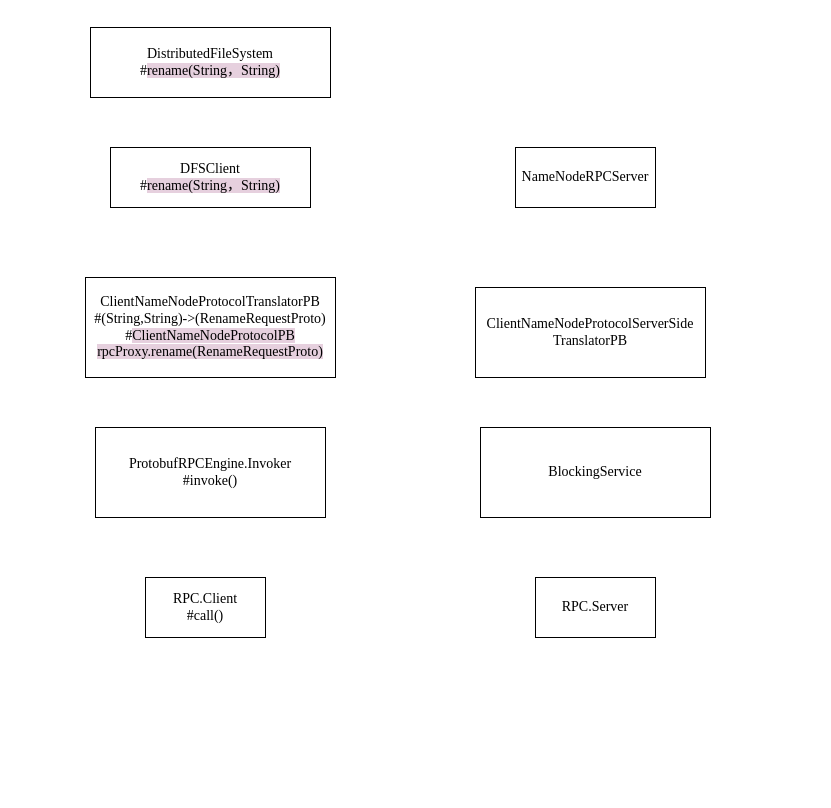
Above: 未命名绘图.drawio in wmsj2000/drawio (draw.io), before the change. Source tidied: cells renumbered, new cells numbered last; positions are measured from the earlier drawing's top-left corner, leaving out a move shared by most shapes. Both pictures are drawn from the tidied source at 100%, with x=0, y=0 at pixel (85, 27).
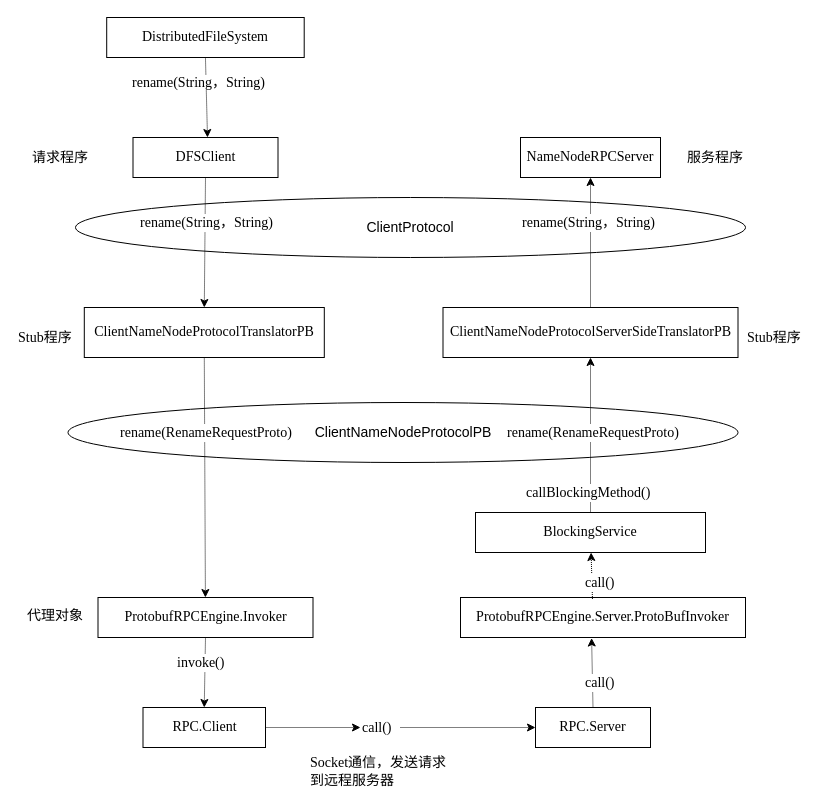
Above is the later version.

Commit message:
更新未命名绘图.drawio

What changed in the source:
```diff
@@
+    <mxCell id="11" value="ClientNameNodeProtocolPB" style="ellipse;whiteSpace=wrap;html=1;labelBackgroundColor=default;fontSize=14;" parent="1" vertex="1">
+      <mxGeometry x="-17.5" y="375" width="670" height="60" as="geometry" />
+    </mxCell>
+    <mxCell id="12" value="&lt;font style=&quot;font-size: 14px;&quot;&gt;ClientProtocol&lt;/font&gt;" style="ellipse;whiteSpace=wrap;html=1;labelBackgroundColor=default;fontSize=14;" parent="1" vertex="1">
+      <mxGeometry x="-10" y="170" width="670" height="60" as="geometry" />
+    </mxCell>
-    <mxCell id="2" value="DFSClient&lt;div&gt;&lt;span style=&quot;background-color: rgb(255, 255, 255);&quot;&gt;#&lt;/span&gt;&lt;span style=&quot;background-color: rgb(230, 208, 222);&quot;&gt;rename(String，String)&lt;/span&gt;&lt;br&gt;&lt;/div&gt;" style="rounded=0;whiteSpace=wrap;html=1;fontFamily=Times New Roman;fontSize=14;" parent="1" vertex="1">
-      <mxGeometry x="25" y="120" width="200" height="60" as="geometry" />
+    <mxCell id="2" value="DFSClient" style="rounded=0;whiteSpace=wrap;html=1;fontFamily=Times New Roman;fontSize=14;labelBackgroundColor=default;" parent="1" vertex="1">
+      <mxGeometry x="47.5" y="110" width="145" height="40" as="geometry" />
     </mxCell>
-    <mxCell id="3" value="ClientNameNode&lt;span style=&quot;background-color: initial; font-size: 14px;&quot;&gt;ProtocolTranslatorPB&lt;/span&gt;&lt;div&gt;#(&lt;span style=&quot;background-color: initial;&quot;&gt;String,String)-&amp;gt;(RenameRequestProto)&lt;/span&gt;&lt;/div&gt;&lt;div&gt;&lt;div&gt;&lt;span style=&quot;background-color: rgb(255, 255, 255);&quot;&gt;#&lt;/span&gt;&lt;span style=&quot;background-color: rgb(230, 208, 222);&quot;&gt;ClientNameNodeProtocolPB rpcProxy.rename(RenameRequestProto)&lt;/span&gt;&lt;br&gt;&lt;/div&gt;&lt;/div&gt;" style="rounded=0;whiteSpace=wrap;html=1;fontFamily=Times New Roman;fontSize=14;" parent="1" vertex="1">
-      <mxGeometry y="250" width="250" height="100" as="geometry" />
+    <mxCell id="3" value="ClientNameNode&lt;span style=&quot;font-size: 14px;&quot;&gt;ProtocolTranslatorPB&lt;/span&gt;" style="rounded=0;whiteSpace=wrap;html=1;fontFamily=Times New Roman;fontSize=14;labelBackgroundColor=default;" parent="1" vertex="1">
+      <mxGeometry x="-1.2" y="280" width="240" height="50" as="geometry" />
     </mxCell>
-    <mxCell id="4" value="RPC.Client&lt;div&gt;#call()&lt;/div&gt;" style="rounded=0;whiteSpace=wrap;html=1;fontFamily=Times New Roman;fontSize=14;" parent="1" vertex="1">
-      <mxGeometry x="60" y="550" width="120" height="60" as="geometry" />
+    <mxCell id="4" value="RPC.Client" style="rounded=0;whiteSpace=wrap;html=1;fontFamily=Times New Roman;fontSize=14;labelBackgroundColor=default;" parent="1" vertex="1">
+      <mxGeometry x="57.5" y="680" width="122.5" height="40" as="geometry" />
     </mxCell>
-    <mxCell id="5" value="RPC.Server" style="rounded=0;whiteSpace=wrap;html=1;fontFamily=Times New Roman;fontSize=14;" parent="1" vertex="1">
-      <mxGeometry x="450" y="550" width="120" height="60" as="geometry" />
+    <mxCell id="5" value="RPC.Server" style="rounded=0;whiteSpace=wrap;html=1;fontFamily=Times New Roman;fontSize=14;labelBackgroundColor=default;" parent="1" vertex="1">
+      <mxGeometry x="450" y="680" width="115" height="40" as="geometry" />
     </mxCell>
-    <mxCell id="6" value="ClientNameNode&lt;span style=&quot;background-color: initial; font-size: 14px;&quot;&gt;ProtocolServerSide&lt;/span&gt;&lt;div style=&quot;font-size: 14px;&quot;&gt;&lt;span style=&quot;background-color: initial; font-size: 14px;&quot;&gt;TranslatorPB&lt;/span&gt;&lt;/div&gt;" style="rounded=0;whiteSpace=wrap;html=1;fontFamily=Times New Roman;fontSize=14;" parent="1" vertex="1">
-      <mxGeometry x="390" y="260" width="230" height="90" as="geometry" />
+    <mxCell id="6" value="ClientNameNode&lt;span style=&quot;font-size: 14px;&quot;&gt;ProtocolServerSide&lt;/span&gt;&lt;span style=&quot;font-size: 14px;&quot;&gt;TranslatorPB&lt;/span&gt;" style="rounded=0;whiteSpace=wrap;html=1;fontFamily=Times New Roman;fontSize=14;labelBackgroundColor=default;" parent="1" vertex="1">
+      <mxGeometry x="357.5" y="280" width="295" height="50" as="geometry" />
     </mxCell>
-    <mxCell id="7" value="ProtobufRPCEngine.Invoker&lt;div&gt;#invoke()&lt;/div&gt;" style="rounded=0;whiteSpace=wrap;html=1;fontFamily=Times New Roman;fontSize=14;" parent="1" vertex="1">
-      <mxGeometry x="10" y="400" width="230" height="90" as="geometry" />
+    <mxCell id="7" value="ProtobufRPCEngine.Invoker" style="rounded=0;whiteSpace=wrap;html=1;fontFamily=Times New Roman;fontSize=14;labelBackgroundColor=default;" parent="1" vertex="1">
+      <mxGeometry x="12.5" y="570" width="215" height="40" as="geometry" />
     </mxCell>
-    <mxCell id="8" value="NameNodeRPCServer" style="rounded=0;whiteSpace=wrap;html=1;fontFamily=Times New Roman;fontSize=14;" parent="1" vertex="1">
-      <mxGeometry x="430" y="120" width="140" height="60" as="geometry" />
+    <mxCell id="8" value="NameNodeRPCServer" style="rounded=0;whiteSpace=wrap;html=1;fontFamily=Times New Roman;fontSize=14;labelBackgroundColor=default;" parent="1" vertex="1">
+      <mxGeometry x="435" y="110" width="140" height="40" as="geometry" />
     </mxCell>
-    <mxCell id="9" value="BlockingService" style="rounded=0;whiteSpace=wrap;html=1;fontFamily=Times New Roman;fontSize=14;" parent="1" vertex="1">
-      <mxGeometry x="395" y="400" width="230" height="90" as="geometry" />
+    <mxCell id="9" value="BlockingService" style="rounded=0;whiteSpace=wrap;html=1;fontFamily=Times New Roman;fontSize=14;labelBackgroundColor=default;" parent="1" vertex="1">
+      <mxGeometry x="390" y="485" width="230" height="40" as="geometry" />
     </mxCell>
-    <mxCell id="10" value="DistributedFileSystem&lt;div&gt;&lt;span style=&quot;background-color: rgb(255, 255, 255);&quot;&gt;#&lt;/span&gt;&lt;span style=&quot;background-color: rgb(230, 208, 222);&quot;&gt;rename(String，String)&lt;/span&gt;&lt;/div&gt;" style="rounded=0;whiteSpace=wrap;html=1;fontFamily=Times New Roman;fontSize=14;" parent="1" vertex="1">
-      <mxGeometry x="5" width="240" height="70" as="geometry" />
+    <mxCell id="10" value="DistributedFileSystem" style="rounded=0;whiteSpace=wrap;html=1;fontFamily=Times New Roman;fontSize=14;labelBackgroundColor=default;" parent="1" vertex="1">
+      <mxGeometry x="21.2" y="-10" width="197.5" height="40" as="geometry" />
     </mxCell>
+    <mxCell id="13" style="endArrow=classic;html=1;rounded=0;dashed=1;dashPattern=1 1;exitX=0.5;exitY=1;exitDx=0;exitDy=0;entryX=0.5;entryY=0;entryDx=0;entryDy=0;labelBackgroundColor=default;fontSize=14;" parent="1" edge="1" source="2" target="3">
+      <mxGeometry relative="1" as="geometry" />
+    </mxCell>
+    <mxCell id="14" value="&lt;span style=&quot;font-family: &amp;quot;Times New Roman&amp;quot;; font-size: 14px; text-align: center;&quot;&gt;rename(String，String)&lt;/span&gt;" style="text;whiteSpace=wrap;html=1;labelBackgroundColor=default;fontSize=14;" parent="1" vertex="1">
+      <mxGeometry x="52.5" y="180" width="170" height="40" as="geometry" />
+    </mxCell>
+    <mxCell id="15" style="endArrow=classic;html=1;rounded=0;dashed=1;dashPattern=1 1;exitX=0.5;exitY=1;exitDx=0;exitDy=0;labelBackgroundColor=default;fontSize=14;" parent="1" edge="1" source="3" target="7">
+      <mxGeometry relative="1" as="geometry" />
+    </mxCell>
+    <mxCell id="16" style="endArrow=classic;html=1;rounded=0;dashed=1;dashPattern=1 1;exitX=0.5;exitY=0;exitDx=0;exitDy=0;entryX=0.5;entryY=1;entryDx=0;entryDy=0;labelBackgroundColor=default;fontSize=14;" parent="1" edge="1" source="6" target="8">
+      <mxGeometry relative="1" as="geometry" />
+    </mxCell>
+    <mxCell id="17" value="&lt;span style=&quot;color: rgb(0, 0, 0); font-family: &amp;quot;Times New Roman&amp;quot;; font-size: 14px; font-style: normal; font-variant-ligatures: normal; font-variant-caps: normal; font-weight: 400; letter-spacing: normal; orphans: 2; text-align: center; text-indent: 0px; text-transform: none; widows: 2; word-spacing: 0px; -webkit-text-stroke-width: 0px; white-space: normal; text-decoration-thickness: initial; text-decoration-style: initial; text-decoration-color: initial; float: none; display: inline !important;&quot;&gt;rename(String，String)&lt;/span&gt;" style="text;whiteSpace=wrap;html=1;labelBackgroundColor=default;fontSize=14;" parent="1" vertex="1">
+      <mxGeometry x="435" y="180" width="170" height="40" as="geometry" />
+    </mxCell>
+    <mxCell id="18" value="&lt;span style=&quot;color: rgb(0, 0, 0); font-family: &amp;quot;Times New Roman&amp;quot;; font-size: 14px; font-style: normal; font-variant-ligatures: normal; font-variant-caps: normal; font-weight: 400; letter-spacing: normal; orphans: 2; text-align: center; text-indent: 0px; text-transform: none; widows: 2; word-spacing: 0px; -webkit-text-stroke-width: 0px; white-space: normal; text-decoration-thickness: initial; text-decoration-style: initial; text-decoration-color: initial; float: none; display: inline !important;&quot;&gt;rename(RenameRequestProto)&lt;/span&gt;" style="text;whiteSpace=wrap;html=1;labelBackgroundColor=default;fontSize=14;" parent="1" vertex="1">
+      <mxGeometry x="32.5" y="390" width="210" height="30" as="geometry" />
+    </mxCell>
+    <mxCell id="19" style="endArrow=classic;html=1;rounded=0;dashed=1;dashPattern=1 1;exitX=0.5;exitY=0;exitDx=0;exitDy=0;entryX=0.5;entryY=1;entryDx=0;entryDy=0;labelBackgroundColor=default;fontSize=14;" parent="1" edge="1" source="9" target="6">
+      <mxGeometry relative="1" as="geometry" />
+    </mxCell>
+    <mxCell id="20" value="&lt;span style=&quot;color: rgb(0, 0, 0); font-family: &amp;quot;Times New Roman&amp;quot;; font-size: 14px; font-style: normal; font-variant-ligatures: normal; font-variant-caps: normal; font-weight: 400; letter-spacing: normal; orphans: 2; text-align: center; text-indent: 0px; text-transform: none; widows: 2; word-spacing: 0px; -webkit-text-stroke-width: 0px; white-space: normal; text-decoration-thickness: initial; text-decoration-style: initial; text-decoration-color: initial; float: none; display: inline !important;&quot;&gt;rename(RenameRequestProto)&lt;/span&gt;" style="text;whiteSpace=wrap;html=1;labelBackgroundColor=default;fontSize=14;" parent="1" vertex="1">
+      <mxGeometry x="420" y="390" width="210" height="30" as="geometry" />
+    </mxCell>
+    <mxCell id="21" style="endArrow=classic;html=1;rounded=0;dashed=1;dashPattern=1 1;exitX=0.5;exitY=1;exitDx=0;exitDy=0;entryX=0.5;entryY=0;entryDx=0;entryDy=0;labelBackgroundColor=default;fontSize=14;" parent="1" edge="1" source="7" target="4">
+      <mxGeometry relative="1" as="geometry" />
+    </mxCell>
+    <mxCell id="22" value="&lt;span style=&quot;color: rgb(0, 0, 0); font-family: &amp;quot;Times New Roman&amp;quot;; font-size: 14px; font-style: normal; font-variant-ligatures: normal; font-variant-caps: normal; font-weight: 400; letter-spacing: normal; orphans: 2; text-align: center; text-indent: 0px; text-transform: none; widows: 2; word-spacing: 0px; -webkit-text-stroke-width: 0px; white-space: normal; text-decoration-thickness: initial; text-decoration-style: initial; text-decoration-color: initial; float: none; display: inline !important;&quot;&gt;invoke()&lt;/span&gt;" style="text;whiteSpace=wrap;html=1;labelBackgroundColor=default;fontSize=14;" parent="1" vertex="1">
+      <mxGeometry x="90" y="620" width="60" height="30" as="geometry" />
+    </mxCell>
+    <mxCell id="23" value="&lt;div style=&quot;font-size: 14px;&quot;&gt;&lt;span style=&quot;color: rgb(0, 0, 0); font-family: &amp;quot;Times New Roman&amp;quot;; font-style: normal; font-variant-ligatures: normal; font-variant-caps: normal; font-weight: 400; letter-spacing: normal; orphans: 2; text-align: center; text-indent: 0px; text-transform: none; widows: 2; word-spacing: 0px; -webkit-text-stroke-width: 0px; white-space: normal; text-decoration-thickness: initial; text-decoration-style: initial; text-decoration-color: initial; float: none; font-size: 14px; display: inline !important;&quot;&gt;&lt;font style=&quot;font-size: 14px;&quot;&gt;代理对象&lt;/font&gt;&lt;/span&gt;&lt;/div&gt;" style="text;whiteSpace=wrap;html=1;labelBackgroundColor=default;fontSize=14;" parent="1" vertex="1">
+      <mxGeometry x="-60" y="572.5" width="67.5" height="35" as="geometry" />
+    </mxCell>
+    <mxCell id="24" style="endArrow=classic;html=1;rounded=0;dashed=1;dashPattern=1 1;exitX=0.5;exitY=0;exitDx=0;exitDy=0;entryX=0.46;entryY=1.013;entryDx=0;entryDy=0;labelBackgroundColor=default;fontSize=14;entryPerimeter=0;" parent="1" edge="1" source="5" target="31">
+      <mxGeometry relative="1" as="geometry" />
+    </mxCell>
+    <mxCell id="25" style="endArrow=classic;html=1;rounded=0;dashed=1;dashPattern=1 1;exitX=1;exitY=0.5;exitDx=0;exitDy=0;entryX=0;entryY=0.5;entryDx=0;entryDy=0;labelBackgroundColor=default;fontSize=14;" parent="1" edge="1" source="27" target="5">
+      <mxGeometry relative="1" as="geometry" />
+    </mxCell>
+    <mxCell id="26" style="endArrow=classic;html=1;rounded=0;dashed=1;dashPattern=1 1;exitX=1;exitY=0.5;exitDx=0;exitDy=0;entryX=0;entryY=0.5;entryDx=0;entryDy=0;labelBackgroundColor=default;fontSize=14;" parent="1" edge="1" source="4" target="27">
+      <mxGeometry relative="1" as="geometry" />
+    </mxCell>
+    <mxCell id="27" value="&lt;span style=&quot;color: rgb(0, 0, 0); font-family: &amp;quot;Times New Roman&amp;quot;; font-size: 14px; font-style: normal; font-variant-ligatures: normal; font-variant-caps: normal; font-weight: 400; letter-spacing: normal; orphans: 2; text-align: center; text-indent: 0px; text-transform: none; widows: 2; word-spacing: 0px; -webkit-text-stroke-width: 0px; white-space: normal; text-decoration-thickness: initial; text-decoration-style: initial; text-decoration-color: initial; float: none; display: inline !important;&quot;&gt;call()&lt;/span&gt;" style="text;whiteSpace=wrap;html=1;labelBackgroundColor=default;fontSize=14;" parent="1" vertex="1">
+      <mxGeometry x="275" y="685" width="40" height="30" as="geometry" />
+    </mxCell>
+    <mxCell id="28" value="&lt;span style=&quot;color: rgb(0, 0, 0); font-family: &amp;quot;Times New Roman&amp;quot;; font-style: normal; font-variant-ligatures: normal; font-variant-caps: normal; font-weight: 400; letter-spacing: normal; orphans: 2; text-align: center; text-indent: 0px; text-transform: none; widows: 2; word-spacing: 0px; -webkit-text-stroke-width: 0px; white-space: normal; text-decoration-thickness: initial; text-decoration-style: initial; text-decoration-color: initial; float: none; font-size: 14px; display: inline !important;&quot;&gt;&lt;font style=&quot;font-size: 14px;&quot;&gt;Socket通信，发送请求到远程服务器&lt;/font&gt;&lt;/span&gt;" style="text;whiteSpace=wrap;html=1;labelBackgroundColor=default;fontSize=14;" parent="1" vertex="1">
+      <mxGeometry x="222.5" y="720" width="145" height="30" as="geometry" />
+    </mxCell>
+    <mxCell id="29" style="endArrow=classic;html=1;rounded=0;dashed=1;dashPattern=1 1;exitX=0.5;exitY=1;exitDx=0;exitDy=0;labelBackgroundColor=default;fontSize=14;" parent="1" edge="1" source="10">
+      <mxGeometry relative="1" as="geometry">
+        <mxPoint x="122" y="110" as="targetPoint" />
+      </mxGeometry>
+    </mxCell>
+    <mxCell id="30" value="&lt;span style=&quot;forced-color-adjust: none; color: rgb(0, 0, 0); font-family: &amp;quot;Times New Roman&amp;quot;; font-size: 14px; font-style: normal; font-variant-ligatures: normal; font-variant-caps: normal; font-weight: 400; letter-spacing: normal; orphans: 2; text-align: center; text-indent: 0px; text-transform: none; widows: 2; word-spacing: 0px; -webkit-text-stroke-width: 0px; white-space: normal; background-color: rgb(255, 255, 255); text-decoration-thickness: initial; text-decoration-style: initial; text-decoration-color: initial;&quot;&gt;rename(String，String)&lt;/span&gt;" style="text;whiteSpace=wrap;html=1;fontSize=14;" parent="1" vertex="1">
+      <mxGeometry x="45" y="40" width="170" height="30" as="geometry" />
+    </mxCell>
+    <mxCell id="31" value="ProtobufRPCEngine.Server.ProtoBufInvoker" style="rounded=0;whiteSpace=wrap;html=1;fontFamily=Times New Roman;fontSize=14;labelBackgroundColor=default;" parent="1" vertex="1">
+      <mxGeometry x="375" y="570" width="285" height="40" as="geometry" />
+    </mxCell>
+    <mxCell id="32" value="&lt;span style=&quot;color: rgb(0, 0, 0); font-family: &amp;quot;Times New Roman&amp;quot;; font-size: 14px; font-style: normal; font-variant-ligatures: normal; font-variant-caps: normal; font-weight: 400; letter-spacing: normal; orphans: 2; text-align: center; text-indent: 0px; text-transform: none; widows: 2; word-spacing: 0px; -webkit-text-stroke-width: 0px; white-space: normal; text-decoration-thickness: initial; text-decoration-style: initial; text-decoration-color: initial; float: none; display: inline !important;&quot;&gt;call()&lt;/span&gt;" style="text;whiteSpace=wrap;html=1;labelBackgroundColor=default;fontSize=14;" parent="1" vertex="1">
+      <mxGeometry x="497.5" y="640" width="40" height="30" as="geometry" />
+    </mxCell>
+    <mxCell id="33" style="endArrow=classic;html=1;rounded=0;dashed=1;dashPattern=1 1;labelBackgroundColor=default;fontSize=14;exitX=0.463;exitY=0.038;exitDx=0;exitDy=0;exitPerimeter=0;" parent="1" edge="1" source="31" target="9">
+      <mxGeometry relative="1" as="geometry" />
+    </mxCell>
+    <mxCell id="34" value="&lt;span style=&quot;color: rgb(0, 0, 0); font-family: &amp;quot;Times New Roman&amp;quot;; font-size: 14px; font-style: normal; font-variant-ligatures: normal; font-variant-caps: normal; font-weight: 400; letter-spacing: normal; orphans: 2; text-align: center; text-indent: 0px; text-transform: none; widows: 2; word-spacing: 0px; -webkit-text-stroke-width: 0px; white-space: normal; text-decoration-thickness: initial; text-decoration-style: initial; text-decoration-color: initial; float: none; display: inline !important;&quot;&gt;call()&lt;/span&gt;" style="text;whiteSpace=wrap;html=1;labelBackgroundColor=default;fontSize=14;" parent="1" vertex="1">
+      <mxGeometry x="497.5" y="540" width="40" height="30" as="geometry" />
+    </mxCell>
+    <mxCell id="35" value="&lt;span style=&quot;color: rgb(0, 0, 0); font-family: &amp;quot;Times New Roman&amp;quot;; font-size: 14px; font-style: normal; font-variant-ligatures: normal; font-variant-caps: normal; font-weight: 400; letter-spacing: normal; orphans: 2; text-align: center; text-indent: 0px; text-transform: none; widows: 2; word-spacing: 0px; -webkit-text-stroke-width: 0px; white-space: normal; text-decoration-thickness: initial; text-decoration-style: initial; text-decoration-color: initial; float: none; display: inline !important;&quot;&gt;callBlockingMethod()&lt;/span&gt;" style="text;whiteSpace=wrap;html=1;labelBackgroundColor=default;fontSize=14;" parent="1" vertex="1">
+      <mxGeometry x="438.8" y="450" width="132.5" height="30" as="geometry" />
+    </mxCell>
+    <mxCell id="36" value="&lt;div style=&quot;text-align: center; font-size: 14px;&quot;&gt;&lt;font face=&quot;Times New Roman&quot;&gt;请求程序&lt;/font&gt;&lt;/div&gt;" style="text;whiteSpace=wrap;html=1;labelBackgroundColor=default;fontSize=14;" parent="1" vertex="1">
+      <mxGeometry x="-55" y="115" width="67.5" height="35" as="geometry" />
+    </mxCell>
+    <mxCell id="37" value="&lt;div style=&quot;text-align: center; font-size: 14px;&quot;&gt;&lt;font face=&quot;Times New Roman&quot;&gt;服务程序&lt;/font&gt;&lt;/div&gt;" style="text;whiteSpace=wrap;html=1;labelBackgroundColor=default;fontSize=14;" parent="1" vertex="1">
+      <mxGeometry x="600" y="115" width="67.5" height="35" as="geometry" />
+    </mxCell>
+    <mxCell id="38" value="&lt;div style=&quot;text-align: center; font-size: 14px;&quot;&gt;&lt;font face=&quot;Times New Roman&quot;&gt;Stub程序&lt;/font&gt;&lt;/div&gt;" style="text;whiteSpace=wrap;html=1;labelBackgroundColor=default;fontSize=14;" parent="1" vertex="1">
+      <mxGeometry x="-68.8" y="295" width="67.5" height="35" as="geometry" />
+    </mxCell>
+    <mxCell id="39" value="&lt;div style=&quot;text-align: center; font-size: 14px;&quot;&gt;&lt;font face=&quot;Times New Roman&quot;&gt;Stub程序&lt;/font&gt;&lt;/div&gt;" style="text;whiteSpace=wrap;html=1;labelBackgroundColor=default;fontSize=14;" parent="1" vertex="1">
+      <mxGeometry x="660" y="295" width="67.5" height="35" as="geometry" />
+    </mxCell>
```
